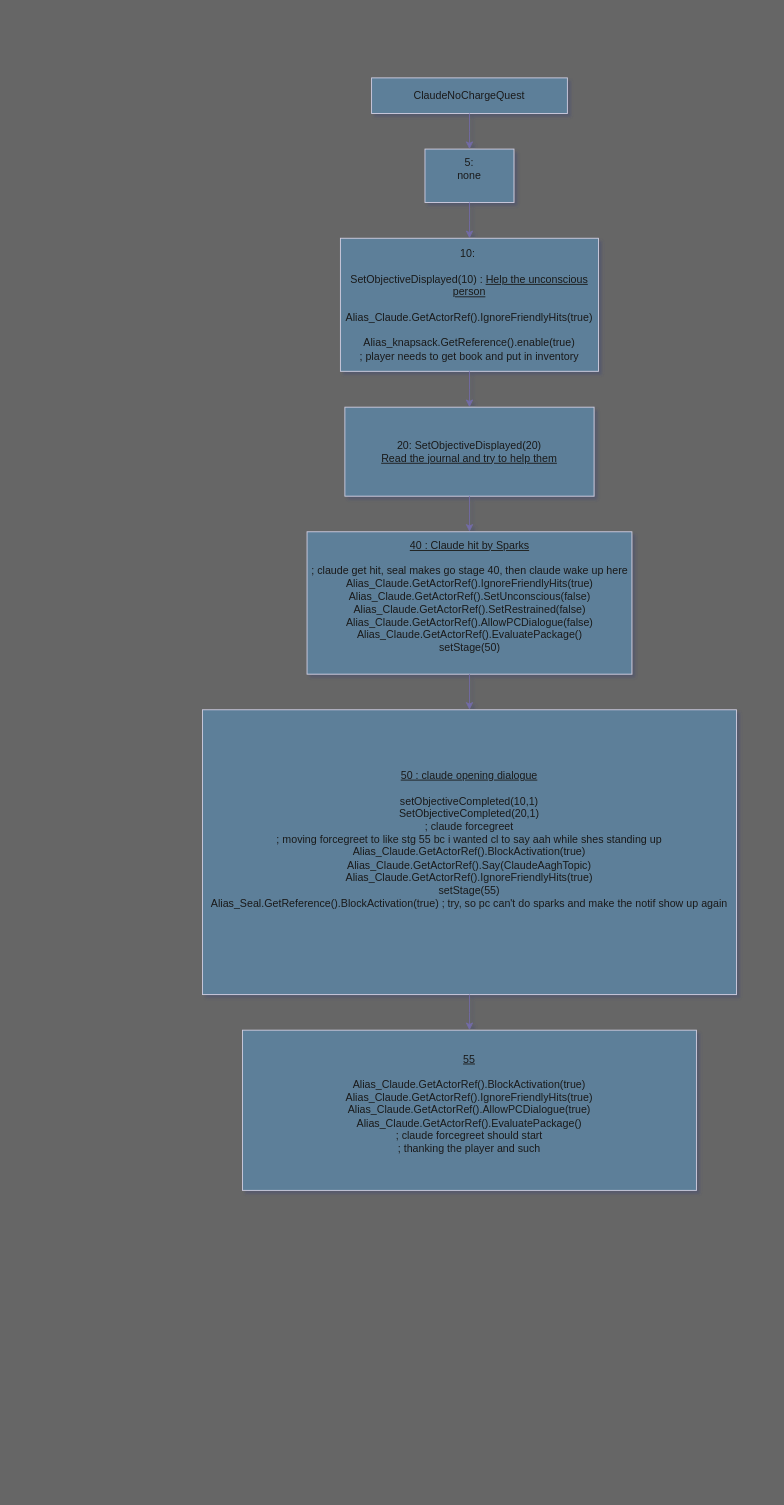
nadzuwu/plana keeps this draw.io diagram as Untitled Diagram.drawio. Above is the earlier version. Source tidied: cells renumbered, new cells numbered last; positions are measured from the earlier drawing's top-left corner, leaving out a move shared by most shapes. Both pictures are drawn from the tidied source at 89%, with x=0, y=0 at pixel (15, 15).
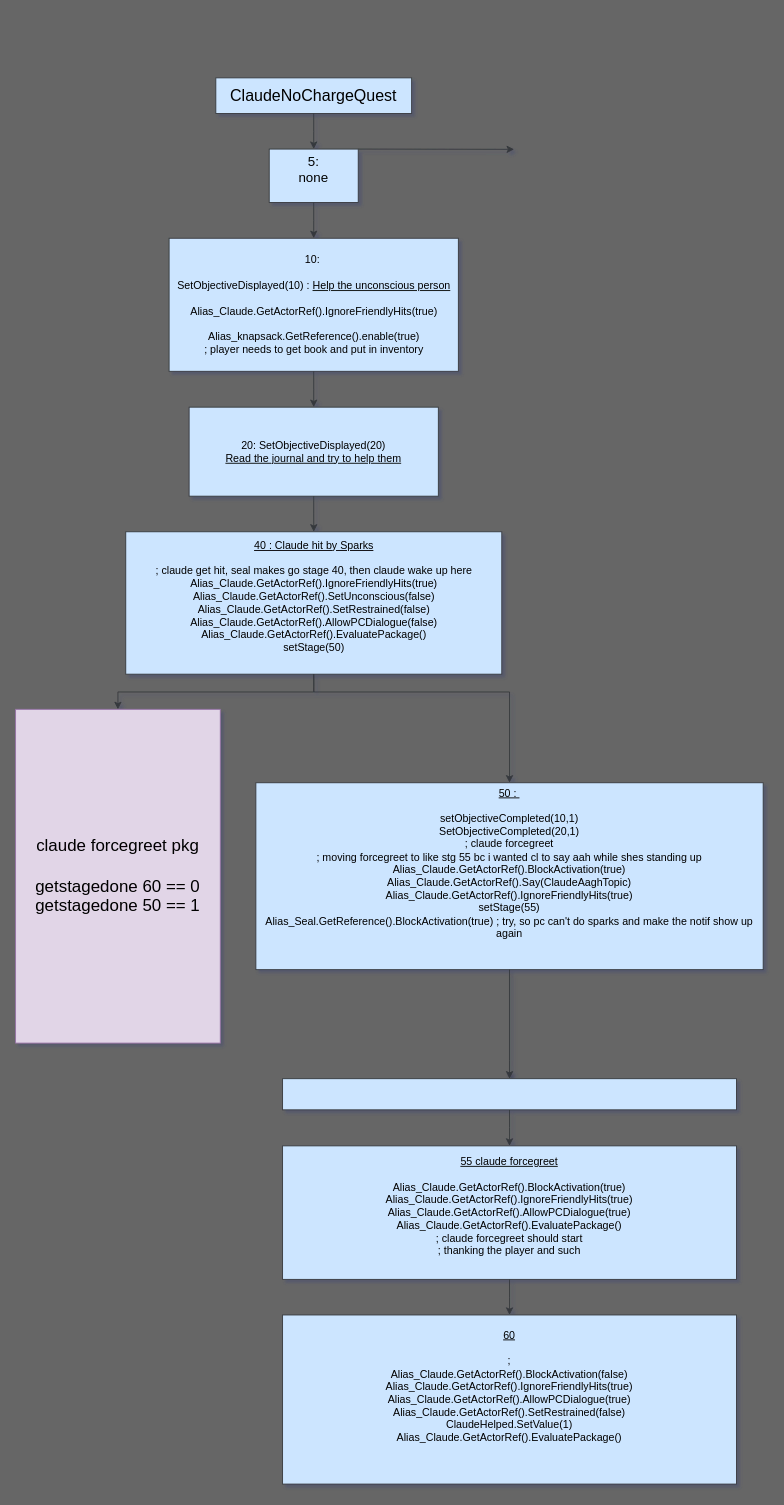
The same diagram, later.

Diff of the diagram source:
```diff
@@
-    <mxCell id="2" style="group;transparentBounds=1;groupPadding=20;containerType=tree;rounded=0;labelBackgroundColor=none;fontColor=#1A1A1A;" parent="1" vertex="1">
+    <mxCell id="2" style="group;transparentBounds=1;groupPadding=20;containerType=tree;rounded=0;labelBackgroundColor=none;align=center;verticalAlign=middle;textShadow=0;whiteSpace=wrap;fillColor=none;" parent="1" vertex="1">
       <mxGeometry as="geometry" />
     </mxCell>
-    <mxCell id="3" value="ClaudeNoChargeQuest" style="whiteSpace=wrap;html=1;rounded=0;labelBackgroundColor=none;fillColor=#5D7F99;strokeColor=#D0CEE2;fontColor=#1A1A1A;" parent="2" vertex="1">
-      <mxGeometry x="400" y="70" width="220" height="40" as="geometry" />
+    <mxCell id="3" value="&lt;font style=&quot;font-size: 18px;&quot;&gt;ClaudeNoChargeQuest&lt;/font&gt;" style="whiteSpace=wrap;html=1;rounded=0;labelBackgroundColor=none;align=center;verticalAlign=middle;textShadow=0;fillColor=#cce5ff;strokeColor=#36393d;" parent="2" vertex="1">
+      <mxGeometry x="225" y="70" width="220" height="40" as="geometry" />
     </mxCell>
-    <mxCell id="4" style="rounded=0;jettySize=auto;html=1;exitX=1;exitY=0;exitDx=0;exitDy=0;defaultLabelBackgroundColor=page;noEdgeStyle=1;orthogonal=1;curved=0;strokeColor=#736CA8;fontColor=default;" parent="2" edge="1" source="5">
+    <mxCell id="4" style="rounded=0;jettySize=auto;html=1;exitX=1;exitY=0;exitDx=0;exitDy=0;defaultLabelBackgroundColor=page;noEdgeStyle=1;orthogonal=1;curved=0;fontColor=default;align=center;verticalAlign=middle;textShadow=0;fillColor=#cce5ff;strokeColor=#36393d;" parent="2" edge="1" source="5">
       <mxGeometry relative="1" as="geometry">
         <mxPoint x="560.2" y="150.3" as="targetPoint" />
       </mxGeometry>
     </mxCell>
-    <mxCell id="5" value="5:&lt;br&gt;none&lt;div&gt;&lt;br&gt;&lt;/div&gt;" style="whiteSpace=wrap;html=1;points=[[0,0,1,0,0],[0.25,0,1,0,0],[0.5,0,1,0,0],[0.75,0,1,0,0],[1,0,1,0,0],[0,0.25,1,0,0],[0,0.5,1,0,0],[0,0.75,1,0,0],[1,0.25,1,0,0],[1,0.5,1,0,0],[1,0.75,1,0,0],[0,1,1,0,0],[0.25,1,1,0,0],[0.5,1,1,0,0],[0.75,1,1,0,0],[1,1,1,0,0],[0.8,0.75,0,0,0]];rounded=0;labelBackgroundColor=none;fillColor=#5D7F99;strokeColor=#D0CEE2;fontColor=#1A1A1A;" parent="2" vertex="1">
-      <mxGeometry x="460" y="150" width="100" height="60" as="geometry" />
+    <mxCell id="5" value="&lt;font style=&quot;font-size: 15px;&quot;&gt;5:&lt;br&gt;none&lt;/font&gt;&lt;div&gt;&lt;br&gt;&lt;/div&gt;" style="whiteSpace=wrap;html=1;points=[[0,0,1,0,0],[0.25,0,1,0,0],[0.5,0,1,0,0],[0.75,0,1,0,0],[1,0,1,0,0],[0,0.25,1,0,0],[0,0.5,1,0,0],[0,0.75,1,0,0],[1,0.25,1,0,0],[1,0.5,1,0,0],[1,0.75,1,0,0],[0,1,1,0,0],[0.25,1,1,0,0],[0.5,1,1,0,0],[0.75,1,1,0,0],[1,1,1,0,0],[0.8,0.75,0,0,0]];rounded=0;labelBackgroundColor=none;align=center;verticalAlign=middle;textShadow=0;fillColor=#cce5ff;strokeColor=#36393d;" parent="2" vertex="1">
+      <mxGeometry x="285" y="150" width="100" height="60" as="geometry" />
     </mxCell>
-    <mxCell id="6" style="html=1;rounded=0;curved=0;sourcePerimeterSpacing=0;targetPerimeterSpacing=0;startSize=6;endSize=6;defaultLabelBackgroundColor=page;strokeColor=#736CA8;fontColor=default;exitX=0.5;exitY=1;entryX=0.5;entryY=0;edgeStyle=orthogonalEdgeStyle;" parent="2" edge="1" source="3" target="5">
+    <mxCell id="6" style="html=1;rounded=0;curved=0;sourcePerimeterSpacing=0;targetPerimeterSpacing=0;startSize=6;endSize=6;defaultLabelBackgroundColor=page;fontColor=default;align=center;verticalAlign=middle;textShadow=0;fillColor=#cce5ff;strokeColor=#36393d;exitX=0.5;exitY=1;entryX=0.5;entryY=0;edgeStyle=orthogonalEdgeStyle;" parent="2" edge="1" source="3" target="5">
       <mxGeometry relative="1" as="geometry">
         <Array as="points">
-          <mxPoint x="510" y="130" />
+          <mxPoint x="335" y="130" />
         </Array>
       </mxGeometry>
     </mxCell>
-    <mxCell id="7" style="html=1;rounded=0;curved=0;sourcePerimeterSpacing=0;targetPerimeterSpacing=0;startSize=6;endSize=6;defaultLabelBackgroundColor=page;strokeColor=#736CA8;fontColor=default;exitX=0.5;exitY=1;entryX=0.5;entryY=0;edgeStyle=orthogonalEdgeStyle;" parent="2" edge="1" source="5" target="8">
+    <mxCell id="7" style="html=1;rounded=0;curved=0;sourcePerimeterSpacing=0;targetPerimeterSpacing=0;startSize=6;endSize=6;defaultLabelBackgroundColor=page;fontColor=default;align=center;verticalAlign=middle;textShadow=0;fillColor=#cce5ff;strokeColor=#36393d;exitX=0.5;exitY=1;entryX=0.5;entryY=0;edgeStyle=orthogonalEdgeStyle;" parent="2" edge="1" source="5" target="8">
       <mxGeometry relative="1" as="geometry">
         <Array as="points">
-          <mxPoint x="510" y="230" />
+          <mxPoint x="335" y="230" />
         </Array>
       </mxGeometry>
     </mxCell>
-    <mxCell id="8" value="10:&amp;nbsp;&lt;div&gt;&lt;br&gt;&lt;div&gt;SetObjectiveDisplayed(10) : &lt;u&gt;Help the unconscious person&lt;/u&gt;&lt;/div&gt;&lt;div&gt;&lt;u&gt;&lt;br&gt;&lt;/u&gt;&lt;/div&gt;&lt;div&gt;Alias_Claude.GetActorRef().IgnoreFriendlyHits(true)&lt;/div&gt;&lt;div&gt;&lt;br&gt;&lt;/div&gt;&lt;div&gt;Alias_knapsack.GetReference().enable(true)&lt;/div&gt;&lt;div&gt;; player needs to get book and put in inventory&lt;/div&gt;&lt;/div&gt;" style="whiteSpace=wrap;html=1;points=[[0,0,1,0,0],[0.25,0,1,0,0],[0.5,0,1,0,0],[0.75,0,1,0,0],[1,0,1,0,0],[0,0.25,1,0,0],[0,0.5,1,0,0],[0,0.75,1,0,0],[1,0.25,1,0,0],[1,0.5,1,0,0],[1,0.75,1,0,0],[0,1,1,0,0],[0.25,1,1,0,0],[0.5,1,1,0,0],[0.75,1,1,0,0],[1,1,1,0,0],[0.8,0.75,0,0,0]];rounded=0;labelBackgroundColor=none;fillColor=#5D7F99;strokeColor=#D0CEE2;fontColor=#1A1A1A;" parent="2" vertex="1">
-      <mxGeometry x="365" y="250.2" width="290" height="149.5" as="geometry" />
+    <mxCell id="8" value="10:&amp;nbsp;&lt;div&gt;&lt;br&gt;&lt;div&gt;SetObjectiveDisplayed(10) : &lt;u&gt;Help the unconscious person&lt;/u&gt;&lt;/div&gt;&lt;div&gt;&lt;u&gt;&lt;br&gt;&lt;/u&gt;&lt;/div&gt;&lt;div&gt;Alias_Claude.GetActorRef().IgnoreFriendlyHits(true)&lt;/div&gt;&lt;div&gt;&lt;br&gt;&lt;/div&gt;&lt;div&gt;Alias_knapsack.GetReference().enable(true)&lt;/div&gt;&lt;div&gt;; player needs to get book and put in inventory&lt;/div&gt;&lt;/div&gt;" style="whiteSpace=wrap;html=1;points=[[0,0,1,0,0],[0.25,0,1,0,0],[0.5,0,1,0,0],[0.75,0,1,0,0],[1,0,1,0,0],[0,0.25,1,0,0],[0,0.5,1,0,0],[0,0.75,1,0,0],[1,0.25,1,0,0],[1,0.5,1,0,0],[1,0.75,1,0,0],[0,1,1,0,0],[0.25,1,1,0,0],[0.5,1,1,0,0],[0.75,1,1,0,0],[1,1,1,0,0],[0.8,0.75,0,0,0]];rounded=0;labelBackgroundColor=none;align=center;verticalAlign=middle;textShadow=0;fillColor=#cce5ff;strokeColor=#36393d;" parent="2" vertex="1">
+      <mxGeometry x="172.5" y="250.2" width="325" height="149.5" as="geometry" />
     </mxCell>
-    <mxCell id="9" style="html=1;rounded=0;curved=0;sourcePerimeterSpacing=0;targetPerimeterSpacing=0;startSize=6;endSize=6;defaultLabelBackgroundColor=page;strokeColor=#736CA8;fontColor=default;exitX=0.5;exitY=1;entryX=0.5;entryY=0;edgeStyle=orthogonalEdgeStyle;" parent="2" edge="1" source="8" target="10">
+    <mxCell id="9" style="html=1;rounded=0;curved=0;sourcePerimeterSpacing=0;targetPerimeterSpacing=0;startSize=6;endSize=6;defaultLabelBackgroundColor=page;fontColor=default;align=center;verticalAlign=middle;textShadow=0;fillColor=#cce5ff;strokeColor=#36393d;exitX=0.5;exitY=1;entryX=0.5;entryY=0;edgeStyle=orthogonalEdgeStyle;" parent="2" edge="1" source="8" target="10">
       <mxGeometry relative="1" as="geometry">
         <Array as="points">
-          <mxPoint x="510" y="419.8" />
+          <mxPoint x="335" y="419.8" />
         </Array>
       </mxGeometry>
     </mxCell>
-    <mxCell id="10" value="&lt;div&gt;20: SetObjectiveDisplayed(20)&lt;/div&gt;&lt;div&gt;&lt;u&gt;Read the journal and try to help them&lt;/u&gt;&lt;/div&gt;" style="whiteSpace=wrap;html=1;points=[[0,0,1,0,0],[0.25,0,1,0,0],[0.5,0,1,0,0],[0.75,0,1,0,0],[1,0,1,0,0],[0,0.25,1,0,0],[0,0.5,1,0,0],[0,0.75,1,0,0],[1,0.25,1,0,0],[1,0.5,1,0,0],[1,0.75,1,0,0],[0,1,1,0,0],[0.25,1,1,0,0],[0.5,1,1,0,0],[0.75,1,1,0,0],[1,1,1,0,0],[0.8,0.75,0,0,0]];rounded=0;labelBackgroundColor=none;fillColor=#5D7F99;strokeColor=#D0CEE2;fontColor=#1A1A1A;" parent="2" vertex="1">
-      <mxGeometry x="370" y="440" width="280" height="100" as="geometry" />
+    <mxCell id="10" value="&lt;div&gt;20: SetObjectiveDisplayed(20)&lt;/div&gt;&lt;div&gt;&lt;u&gt;Read the journal and try to help them&lt;/u&gt;&lt;/div&gt;" style="whiteSpace=wrap;html=1;points=[[0,0,1,0,0],[0.25,0,1,0,0],[0.5,0,1,0,0],[0.75,0,1,0,0],[1,0,1,0,0],[0,0.25,1,0,0],[0,0.5,1,0,0],[0,0.75,1,0,0],[1,0.25,1,0,0],[1,0.5,1,0,0],[1,0.75,1,0,0],[0,1,1,0,0],[0.25,1,1,0,0],[0.5,1,1,0,0],[0.75,1,1,0,0],[1,1,1,0,0],[0.8,0.75,0,0,0]];rounded=0;labelBackgroundColor=none;align=center;verticalAlign=middle;textShadow=0;fillColor=#cce5ff;strokeColor=#36393d;" parent="2" vertex="1">
+      <mxGeometry x="195" y="440" width="280" height="100" as="geometry" />
     </mxCell>
-    <mxCell id="11" style="html=1;rounded=0;curved=0;sourcePerimeterSpacing=0;targetPerimeterSpacing=0;startSize=6;endSize=6;defaultLabelBackgroundColor=page;strokeColor=#736CA8;fontColor=default;exitX=0.5;exitY=1;entryX=0.5;entryY=0;edgeStyle=orthogonalEdgeStyle;" parent="2" edge="1" source="10" target="12">
+    <mxCell id="11" style="html=1;rounded=0;curved=0;sourcePerimeterSpacing=0;targetPerimeterSpacing=0;startSize=6;endSize=6;defaultLabelBackgroundColor=page;fontColor=default;align=center;verticalAlign=middle;textShadow=0;fillColor=#cce5ff;strokeColor=#36393d;exitX=0.5;exitY=1;entryX=0.5;entryY=0;edgeStyle=orthogonalEdgeStyle;" parent="2" edge="1" source="10" target="12">
       <mxGeometry relative="1" as="geometry">
         <Array as="points">
-          <mxPoint x="510" y="560" />
+          <mxPoint x="335" y="560" />
         </Array>
       </mxGeometry>
     </mxCell>
-    <mxCell id="12" value="&lt;div&gt;&lt;u&gt;40 : Claude hit by Sparks&lt;/u&gt;&lt;/div&gt;&lt;div&gt;&lt;u&gt;&lt;br&gt;&lt;/u&gt;; claude get hit, seal makes go stage 40, then claude wake up here&lt;/div&gt;&lt;div&gt;Alias_Claude.GetActorRef().IgnoreFriendlyHits(true)&lt;/div&gt;&lt;div&gt;Alias_Claude.GetActorRef().SetUnconscious(false)&lt;/div&gt;&lt;div&gt;Alias_Claude.GetActorRef().SetRestrained(false)&lt;/div&gt;&lt;div&gt;Alias_Claude.GetActorRef().AllowPCDialogue(false)&lt;/div&gt;&lt;div&gt;Alias_Claude.GetActorRef().EvaluatePackage()&lt;/div&gt;&lt;div&gt;setStage(50)&lt;/div&gt;&lt;div&gt;&lt;br&gt;&lt;/div&gt;" style="whiteSpace=wrap;html=1;points=[[0,0,1,0,0],[0.25,0,1,0,0],[0.5,0,1,0,0],[0.75,0,1,0,0],[1,0,1,0,0],[0,0.25,1,0,0],[0,0.5,1,0,0],[0,0.75,1,0,0],[1,0.25,1,0,0],[1,0.5,1,0,0],[1,0.75,1,0,0],[0,1,1,0,0],[0.25,1,1,0,0],[0.5,1,1,0,0],[0.75,1,1,0,0],[1,1,1,0,0],[0.8,0.75,0,0,0]];rounded=0;labelBackgroundColor=none;fillColor=#5D7F99;strokeColor=#D0CEE2;fontColor=#1A1A1A;" parent="2" vertex="1">
-      <mxGeometry x="327.5" y="580" width="365" height="160" as="geometry" />
+    <mxCell id="12" value="&lt;div&gt;&lt;u&gt;40 : Claude hit by Sparks&lt;/u&gt;&lt;/div&gt;&lt;div&gt;&lt;u&gt;&lt;br&gt;&lt;/u&gt;; claude get hit, seal makes go stage 40, then claude wake up here&lt;/div&gt;&lt;div&gt;Alias_Claude.GetActorRef().IgnoreFriendlyHits(true)&lt;/div&gt;&lt;div&gt;Alias_Claude.GetActorRef().SetUnconscious(false)&lt;/div&gt;&lt;div&gt;Alias_Claude.GetActorRef().SetRestrained(false)&lt;/div&gt;&lt;div&gt;Alias_Claude.GetActorRef().AllowPCDialogue(false)&lt;/div&gt;&lt;div&gt;Alias_Claude.GetActorRef().EvaluatePackage()&lt;/div&gt;&lt;div&gt;setStage(50)&lt;/div&gt;&lt;div&gt;&lt;br&gt;&lt;/div&gt;" style="whiteSpace=wrap;html=1;points=[[0,0,1,0,0],[0.25,0,1,0,0],[0.5,0,1,0,0],[0.75,0,1,0,0],[1,0,1,0,0],[0,0.25,1,0,0],[0,0.5,1,0,0],[0,0.75,1,0,0],[1,0.25,1,0,0],[1,0.5,1,0,0],[1,0.75,1,0,0],[0,1,1,0,0],[0.25,1,1,0,0],[0.5,1,1,0,0],[0.75,1,1,0,0],[1,1,1,0,0],[0.8,0.75,0,0,0]];rounded=0;labelBackgroundColor=none;align=center;verticalAlign=middle;textShadow=0;fillColor=#cce5ff;strokeColor=#36393d;" parent="2" vertex="1">
+      <mxGeometry x="123.8" y="580" width="422.5" height="160" as="geometry" />
     </mxCell>
-    <mxCell id="13" style="html=1;rounded=0;curved=0;sourcePerimeterSpacing=0;targetPerimeterSpacing=0;startSize=6;endSize=6;defaultLabelBackgroundColor=page;strokeColor=#736CA8;fontColor=default;exitX=0.5;exitY=1;entryX=0.5;entryY=0;edgeStyle=orthogonalEdgeStyle;" parent="2" edge="1" source="12" target="14">
+    <mxCell id="13" style="html=1;rounded=0;curved=0;sourcePerimeterSpacing=0;targetPerimeterSpacing=0;startSize=6;endSize=6;defaultLabelBackgroundColor=page;fontColor=default;align=center;verticalAlign=middle;textShadow=0;fillColor=#cce5ff;strokeColor=#36393d;exitX=0.5;exitY=1;entryX=0.5;entryY=0;edgeStyle=orthogonalEdgeStyle;" parent="2" edge="1" source="12" target="14">
       <mxGeometry relative="1" as="geometry">
         <Array as="points">
-          <mxPoint x="510" y="760" />
+          <mxPoint x="335" y="760" />
+          <mxPoint x="555" y="759.5" />
         </Array>
       </mxGeometry>
     </mxCell>
-    <mxCell id="14" value="&lt;div&gt;&lt;u&gt;50 : claude opening dialogue&lt;/u&gt;&lt;/div&gt;&lt;div&gt;&lt;u&gt;&lt;br&gt;&lt;/u&gt;&lt;div&gt;setObjectiveCompleted(10,1)&lt;/div&gt;&lt;div&gt;SetObjectiveCompleted(20,1)&lt;/div&gt;&lt;div&gt;; claude forcegreet&lt;/div&gt;&lt;div&gt;; moving forcegreet to like stg 55 bc i wanted cl to say aah while shes standing up&lt;/div&gt;&lt;div&gt;Alias_Claude.GetActorRef().BlockActivation(true)&lt;/div&gt;&lt;div&gt;Alias_Claude.GetActorRef().Say(ClaudeAaghTopic)&lt;/div&gt;&lt;div&gt;Alias_Claude.GetActorRef().IgnoreFriendlyHits(true)&lt;/div&gt;&lt;div&gt;setStage(55)&lt;/div&gt;&lt;div&gt;Alias_Seal.GetReference().BlockActivation(true) ; try, so pc can't do sparks and make the notif show up again&lt;/div&gt;&lt;/div&gt;&lt;div&gt;&lt;br&gt;&lt;/div&gt;&lt;div&gt;&lt;br&gt;&lt;/div&gt;" style="whiteSpace=wrap;html=1;points=[[0,0,1,0,0],[0.25,0,1,0,0],[0.5,0,1,0,0],[0.75,0,1,0,0],[1,0,1,0,0],[0,0.25,1,0,0],[0,0.5,1,0,0],[0,0.75,1,0,0],[1,0.25,1,0,0],[1,0.5,1,0,0],[1,0.75,1,0,0],[0,1,1,0,0],[0.25,1,1,0,0],[0.5,1,1,0,0],[0.75,1,1,0,0],[1,1,1,0,0],[0.8,0.75,0,0,0]];rounded=0;labelBackgroundColor=none;fillColor=#5D7F99;strokeColor=#D0CEE2;fontColor=#1A1A1A;" parent="2" vertex="1">
-      <mxGeometry x="210" y="780" width="600" height="320" as="geometry" />
+    <mxCell id="14" value="&lt;div&gt;&lt;u&gt;50 :&amp;nbsp;&lt;/u&gt;&lt;/div&gt;&lt;div&gt;&lt;u&gt;&lt;br&gt;&lt;/u&gt;&lt;div&gt;setObjectiveCompleted(10,1)&lt;/div&gt;&lt;div&gt;SetObjectiveCompleted(20,1)&lt;/div&gt;&lt;div&gt;; claude forcegreet&lt;/div&gt;&lt;div&gt;; moving forcegreet to like stg 55 bc i wanted cl to say aah while shes standing up&lt;/div&gt;&lt;div&gt;Alias_Claude.GetActorRef().BlockActivation(true)&lt;/div&gt;&lt;div&gt;Alias_Claude.GetActorRef().Say(ClaudeAaghTopic)&lt;/div&gt;&lt;div&gt;Alias_Claude.GetActorRef().IgnoreFriendlyHits(true)&lt;/div&gt;&lt;div&gt;setStage(55)&lt;/div&gt;&lt;div&gt;Alias_Seal.GetReference().BlockActivation(true) ; try, so pc can't do sparks and make the notif show up again&lt;/div&gt;&lt;/div&gt;&lt;div&gt;&lt;br&gt;&lt;/div&gt;&lt;div&gt;&lt;br&gt;&lt;/div&gt;" style="whiteSpace=wrap;html=1;points=[[0,0,1,0,0],[0.25,0,1,0,0],[0.5,0,1,0,0],[0.75,0,1,0,0],[1,0,1,0,0],[0,0.25,1,0,0],[0,0.5,1,0,0],[0,0.75,1,0,0],[1,0.25,1,0,0],[1,0.5,1,0,0],[1,0.75,1,0,0],[0,1,1,0,0],[0.25,1,1,0,0],[0.5,1,1,0,0],[0.75,1,1,0,0],[1,1,1,0,0],[0.8,0.75,0,0,0]];rounded=0;labelBackgroundColor=none;align=center;verticalAlign=middle;textShadow=0;fillColor=#cce5ff;strokeColor=#36393d;" parent="2" vertex="1">
+      <mxGeometry x="270" y="862" width="570" height="210" as="geometry" />
     </mxCell>
-    <mxCell id="15" style="html=1;rounded=0;curved=0;sourcePerimeterSpacing=0;targetPerimeterSpacing=0;startSize=6;endSize=6;defaultLabelBackgroundColor=page;strokeColor=#736CA8;fontColor=default;exitX=0.5;exitY=1;entryX=0.5;entryY=0;edgeStyle=orthogonalEdgeStyle;" parent="2" edge="1" source="14" target="16">
+    <mxCell id="15" style="html=1;rounded=0;curved=0;sourcePerimeterSpacing=0;targetPerimeterSpacing=0;startSize=6;endSize=6;defaultLabelBackgroundColor=page;fontColor=default;align=center;verticalAlign=middle;textShadow=0;fillColor=#cce5ff;strokeColor=#36393d;shadow=1;exitX=0.5;exitY=1;entryX=0.5;entryY=0;edgeStyle=orthogonalEdgeStyle;" parent="2" edge="1" source="14" target="22">
       <mxGeometry relative="1" as="geometry">
         <Array as="points">
-          <mxPoint x="510" y="1120" />
+          <mxPoint x="555" y="1174.5" />
         </Array>
       </mxGeometry>
     </mxCell>
-    <mxCell id="16" value="&lt;div&gt;&lt;u&gt;55&lt;/u&gt;&lt;/div&gt;&lt;div&gt;&lt;u&gt;&lt;br&gt;&lt;/u&gt;&lt;div&gt;&lt;div&gt;Alias_Claude.GetActorRef().BlockActivation(true)&lt;/div&gt;&lt;div&gt;Alias_Claude.GetActorRef().IgnoreFriendlyHits(true)&lt;/div&gt;&lt;div&gt;Alias_Claude.GetActorRef().AllowPCDialogue(true)&lt;/div&gt;&lt;div&gt;Alias_Claude.GetActorRef().EvaluatePackage()&lt;/div&gt;&lt;div&gt;; claude forcegreet should start&lt;/div&gt;&lt;div&gt;; thanking the player and such&lt;/div&gt;&lt;/div&gt;&lt;/div&gt;&lt;div&gt;&lt;br&gt;&lt;/div&gt;" style="whiteSpace=wrap;html=1;points=[[0,0,1,0,0],[0.25,0,1,0,0],[0.5,0,1,0,0],[0.75,0,1,0,0],[1,0,1,0,0],[0,0.25,1,0,0],[0,0.5,1,0,0],[0,0.75,1,0,0],[1,0.25,1,0,0],[1,0.5,1,0,0],[1,0.75,1,0,0],[0,1,1,0,0],[0.25,1,1,0,0],[0.5,1,1,0,0],[0.75,1,1,0,0],[1,1,1,0,0],[0.8,0.75,0,0,0]];rounded=0;labelBackgroundColor=none;fillColor=#5D7F99;strokeColor=#D0CEE2;fontColor=#1A1A1A;" parent="2" vertex="1">
-      <mxGeometry x="255" y="1140" width="510" height="180" as="geometry" />
+    <mxCell id="16" value="&lt;div&gt;&lt;u&gt;55 claude forcegreet&lt;/u&gt;&lt;/div&gt;&lt;div&gt;&lt;u&gt;&lt;br&gt;&lt;/u&gt;&lt;div&gt;&lt;div&gt;Alias_Claude.GetActorRef().BlockActivation(true)&lt;/div&gt;&lt;div&gt;Alias_Claude.GetActorRef().IgnoreFriendlyHits(true)&lt;/div&gt;&lt;div&gt;Alias_Claude.GetActorRef().AllowPCDialogue(true)&lt;/div&gt;&lt;div&gt;Alias_Claude.GetActorRef().EvaluatePackage()&lt;/div&gt;&lt;div&gt;; claude forcegreet should start&lt;/div&gt;&lt;div&gt;; thanking the player and such&lt;/div&gt;&lt;/div&gt;&lt;/div&gt;&lt;div&gt;&lt;br&gt;&lt;/div&gt;" style="whiteSpace=wrap;html=1;points=[[0,0,1,0,0],[0.25,0,1,0,0],[0.5,0,1,0,0],[0.75,0,1,0,0],[1,0,1,0,0],[0,0.25,1,0,0],[0,0.5,1,0,0],[0,0.75,1,0,0],[1,0.25,1,0,0],[1,0.5,1,0,0],[1,0.75,1,0,0],[0,1,1,0,0],[0.25,1,1,0,0],[0.5,1,1,0,0],[0.75,1,1,0,0],[1,1,1,0,0],[0.8,0.75,0,0,0]];rounded=0;labelBackgroundColor=none;align=center;verticalAlign=middle;textShadow=0;fillColor=#cce5ff;strokeColor=#36393d;" parent="2" vertex="1">
+      <mxGeometry x="300" y="1270" width="510" height="150" as="geometry" />
     </mxCell>
+    <mxCell id="17" style="html=1;rounded=0;curved=0;sourcePerimeterSpacing=0;targetPerimeterSpacing=0;startSize=6;endSize=6;defaultLabelBackgroundColor=page;fontColor=default;align=center;verticalAlign=middle;textShadow=0;fillColor=#cce5ff;strokeColor=#36393d;exitX=0.5;exitY=1;entryX=0.5;entryY=0;edgeStyle=orthogonalEdgeStyle;" parent="2" edge="1" source="16" target="18">
+      <mxGeometry relative="1" as="geometry">
+        <Array as="points">
+          <mxPoint x="555" y="1440" />
+        </Array>
+      </mxGeometry>
+    </mxCell>
+    <mxCell id="18" value="&lt;div&gt;&lt;u&gt;60&lt;/u&gt;&lt;/div&gt;&lt;div&gt;&lt;u&gt;&lt;br&gt;&lt;/u&gt;&lt;div&gt;&lt;div&gt;;&lt;/div&gt;&lt;div&gt;Alias_Claude.GetActorRef().BlockActivation(false)&lt;/div&gt;&lt;div&gt;Alias_Claude.GetActorRef().IgnoreFriendlyHits(true)&lt;/div&gt;&lt;div&gt;Alias_Claude.GetActorRef().AllowPCDialogue(true)&lt;/div&gt;&lt;div&gt;Alias_Claude.GetActorRef().SetRestrained(false)&lt;/div&gt;&lt;div&gt;ClaudeHelped.SetValue(1)&lt;/div&gt;&lt;div&gt;Alias_Claude.GetActorRef().EvaluatePackage()&lt;/div&gt;&lt;/div&gt;&lt;/div&gt;&lt;div&gt;&lt;br&gt;&lt;/div&gt;&lt;div&gt;&lt;br&gt;&lt;/div&gt;" style="whiteSpace=wrap;html=1;points=[[0,0,1,0,0],[0.25,0,1,0,0],[0.5,0,1,0,0],[0.75,0,1,0,0],[1,0,1,0,0],[0,0.25,1,0,0],[0,0.5,1,0,0],[0,0.75,1,0,0],[1,0.25,1,0,0],[1,0.5,1,0,0],[1,0.75,1,0,0],[0,1,1,0,0],[0.25,1,1,0,0],[0.5,1,1,0,0],[0.75,1,1,0,0],[1,1,1,0,0],[0.8,0.75,0,0,0]];rounded=0;labelBackgroundColor=none;align=center;verticalAlign=middle;textShadow=0;fillColor=#cce5ff;strokeColor=#36393d;" parent="2" vertex="1">
+      <mxGeometry x="300" y="1460" width="510" height="190" as="geometry" />
+    </mxCell>
+    <mxCell id="19" style="html=1;rounded=0;curved=0;sourcePerimeterSpacing=0;targetPerimeterSpacing=0;startSize=6;endSize=6;defaultLabelBackgroundColor=page;fontColor=default;align=center;verticalAlign=middle;textShadow=0;fillColor=#cce5ff;strokeColor=#36393d;exitX=0.5;exitY=1;entryX=0.5;entryY=0;edgeStyle=orthogonalEdgeStyle;" parent="2" edge="1" source="12" target="20">
+      <mxGeometry relative="1" as="geometry">
+        <Array as="points">
+          <mxPoint x="335" y="760" />
+          <mxPoint x="115" y="760" />
+        </Array>
+      </mxGeometry>
+    </mxCell>
+    <mxCell id="20" value="&lt;font style=&quot;font-size: 19px;&quot;&gt;claude forcegreet pkg&lt;/font&gt;&lt;div&gt;&lt;font style=&quot;font-size: 19px;&quot;&gt;&lt;br&gt;&lt;/font&gt;&lt;/div&gt;&lt;div&gt;&lt;font style=&quot;font-size: 19px;&quot;&gt;getstagedone 60 == 0&lt;/font&gt;&lt;/div&gt;&lt;div&gt;&lt;font style=&quot;font-size: 19px;&quot;&gt;getstagedone 50 == 1&lt;/font&gt;&lt;/div&gt;" style="whiteSpace=wrap;html=1;points=[[0,0,1,0,0],[0.25,0,1,0,0],[0.5,0,1,0,0],[0.75,0,1,0,0],[1,0,1,0,0],[0,0.25,1,0,0],[0,0.5,1,0,0],[0,0.75,1,0,0],[1,0.25,1,0,0],[1,0.5,1,0,0],[1,0.75,1,0,0],[0,1,1,0,0],[0.25,1,1,0,0],[0.5,1,1,0,0],[0.75,1,1,0,0],[1,1,1,0,0],[0.8,0.75,0,0,0]];rounded=0;labelBackgroundColor=none;align=center;verticalAlign=middle;textShadow=0;fillColor=#e1d5e7;strokeColor=#9673a6;" parent="2" vertex="1">
+      <mxGeometry y="779.5" width="230" height="375" as="geometry" />
+    </mxCell>
+    <mxCell id="21" style="html=1;rounded=0;curved=0;sourcePerimeterSpacing=0;targetPerimeterSpacing=0;startSize=6;endSize=6;defaultLabelBackgroundColor=page;fontColor=default;align=center;verticalAlign=middle;textShadow=0;fillColor=#cce5ff;strokeColor=#36393d;exitX=0.5;exitY=1;entryX=0.5;entryY=0;edgeStyle=orthogonalEdgeStyle;" parent="2" edge="1" source="22" target="16">
+      <mxGeometry relative="1" as="geometry">
+        <Array as="points">
+          <mxPoint x="555" y="1249.5" />
+        </Array>
+      </mxGeometry>
+    </mxCell>
+    <mxCell id="22" style="whiteSpace=wrap;html=1;points=[[0,0,1,0,0],[0.25,0,1,0,0],[0.5,0,1,0,0],[0.75,0,1,0,0],[1,0,1,0,0],[0,0.25,1,0,0],[0,0.5,1,0,0],[0,0.75,1,0,0],[1,0.25,1,0,0],[1,0.5,1,0,0],[1,0.75,1,0,0],[0,1,1,0,0],[0.25,1,1,0,0],[0.5,1,1,0,0],[0.75,1,1,0,0],[1,1,1,0,0],[0.8,0.75,0,0,0]];rounded=0;labelBackgroundColor=none;align=center;verticalAlign=middle;textShadow=0;fillColor=#cce5ff;strokeColor=#36393d;" parent="2" vertex="1">
+      <mxGeometry x="300" y="1194.5" width="510" height="35" as="geometry" />
+    </mxCell>
```
